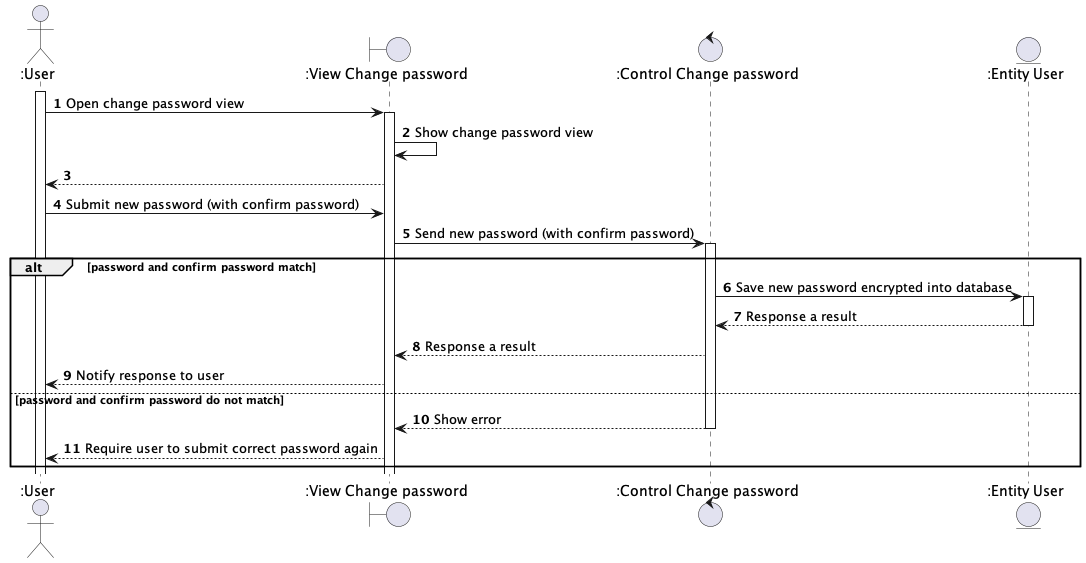
techcomrade/fmECG keeps this PlantUML diagram as latex_thesis/Images/mobile_app/change_password.png. Above is the earlier version.
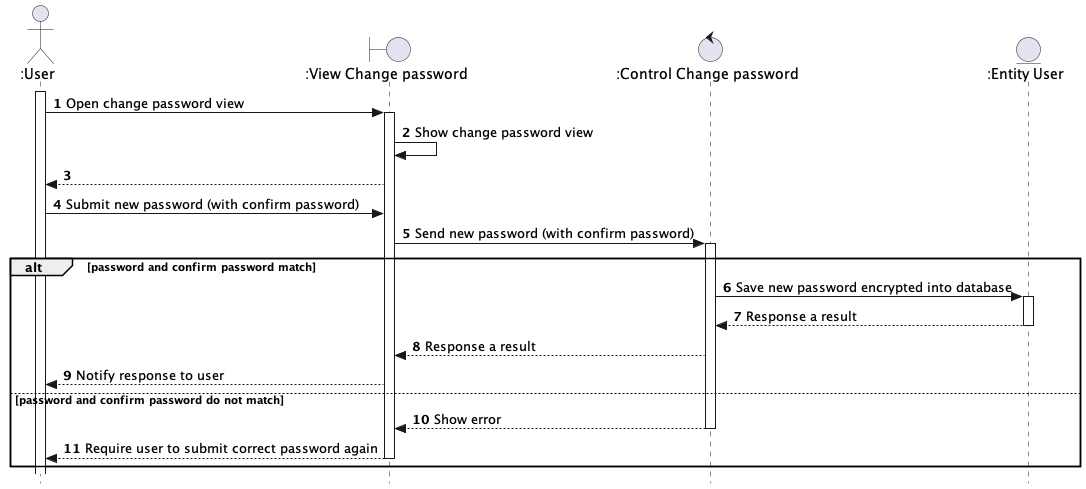
After the change.

What changed in the source:
```diff
@@ -27,6 +27,8 @@
   deactivate Control
 
   ClientApp --> User: Require user to submit correct password again
+  deactivate ClientApp
 end
 
+skinparam style strictuml
 @enduml
```
